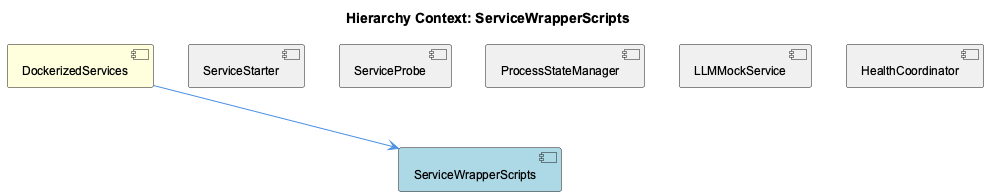
fwornle/coding keeps this PlantUML diagram as knowledge-management/insights/images/service-wrapper-scripts-relationship.png. Above is the earlier version.
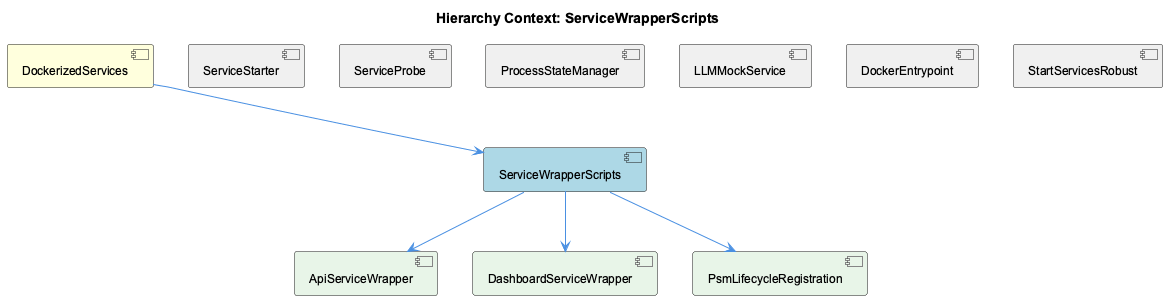
After the commit.

The edit, as a diff of the source:
```diff
@@ -9,13 +9,21 @@
 [ServiceProbe] as service_probe #F0F0F0
 [ProcessStateManager] as process_state_manager #F0F0F0
 [LLMMockService] as llmmock_service #F0F0F0
-[HealthCoordinator] as health_coordinator #F0F0F0
+[DockerEntrypoint] as docker_entrypoint #F0F0F0
+[StartServicesRobust] as start_services_robust #F0F0F0
+[ApiServiceWrapper] as api_service_wrapper #E8F5E8
+[DashboardServiceWrapper] as dashboard_service_wrapper #E8F5E8
+[PsmLifecycleRegistration] as psm_lifecycle_registration #E8F5E8
 
 dockerized_services --> service_wrapper_scripts
 service_starter -[hidden]- service_wrapper_scripts
 service_probe -[hidden]- service_wrapper_scripts
 process_state_manager -[hidden]- service_wrapper_scripts
 llmmock_service -[hidden]- service_wrapper_scripts
-health_coordinator -[hidden]- service_wrapper_scripts
+docker_entrypoint -[hidden]- service_wrapper_scripts
+start_services_robust -[hidden]- service_wrapper_scripts
+service_wrapper_scripts --> api_service_wrapper
+service_wrapper_scripts --> dashboard_service_wrapper
+service_wrapper_scripts --> psm_lifecycle_registration
 
 @enduml
```
